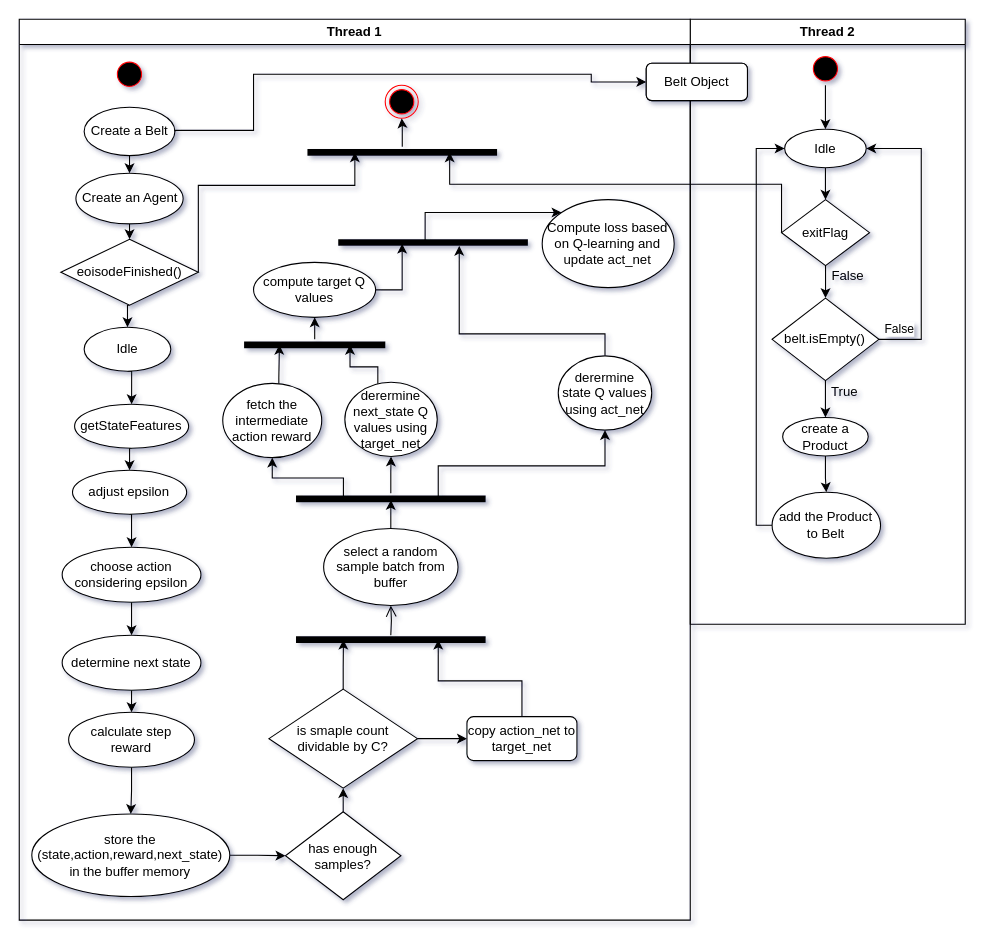
Earlier version of the draw.io diagram Untitled Diagram.drawio (Ardeshir-Shon/SmartSorter). Source tidied: cells renumbered, new cells numbered last; positions are measured from the earlier drawing's top-left corner, leaving out a move shared by most shapes. Both pictures are drawn from the tidied source at 110%, with x=0, y=0 at pixel (19, 19).
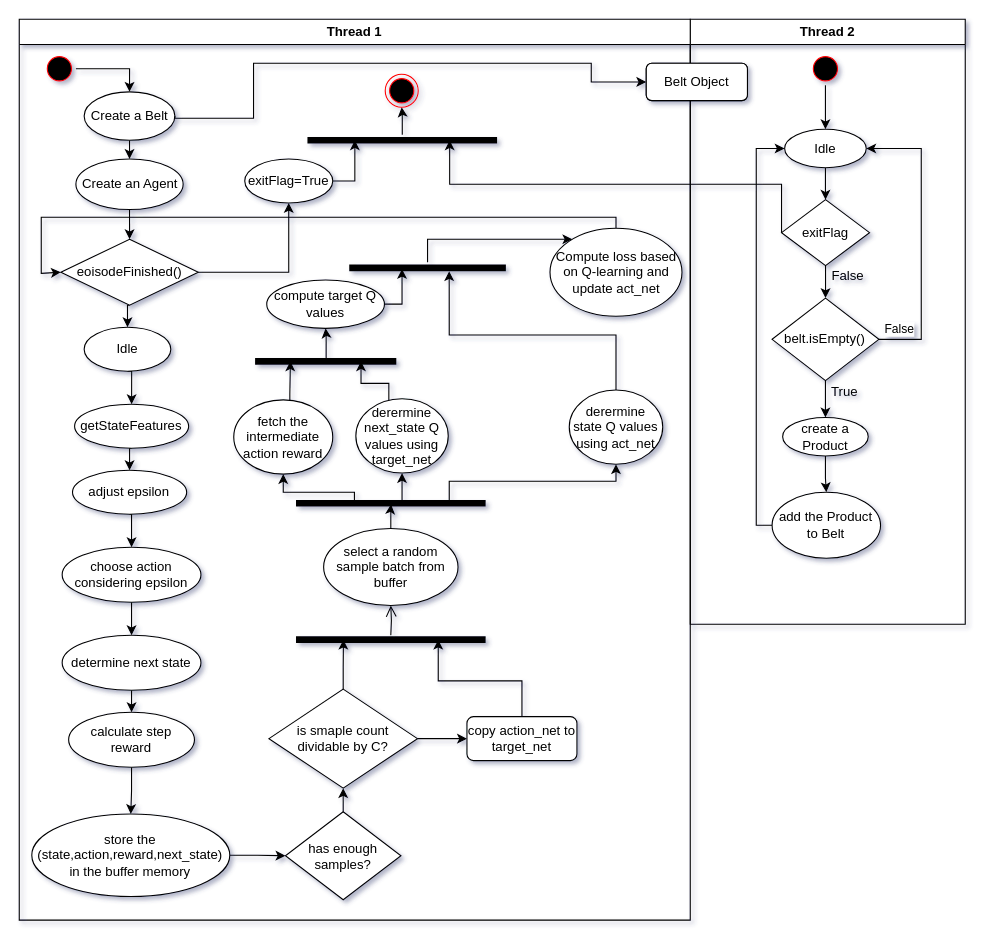
The same page after the edit.

Commit message:
Finished for real!!

The change refers to these unchanged cells:
```xml
<mxCell id="19" value="Belt Object" style="rounded=1;whiteSpace=wrap;html=1;" parent="2" vertex="1">
  <mxGeometry x="-40" y="40" width="92" height="34" as="geometry" />
</mxCell>
<mxCell id="20" value="Thread 1" style="swimlane;whiteSpace=wrap;" parent="1" vertex="1">
  <mxGeometry width="610" height="819" as="geometry" />
</mxCell>
<mxCell id="28" value="eoisodeFinished()" style="rhombus;whiteSpace=wrap;html=1;" parent="20" vertex="1">
  <mxGeometry x="37.8" y="200" width="125" height="60" as="geometry" />
</mxCell>
```

The edit, as a diff of the source:
```diff
@@
+    <mxCell id="78" style="edgeStyle=orthogonalEdgeStyle;rounded=0;jettySize=auto;html=1;strokeColor=#000000;" parent="20" edge="1" source="21" target="23">
+      <mxGeometry relative="1" as="geometry" />
+    </mxCell>
     <mxCell id="21" style="ellipse;shape=startState;fillColor=#000000;strokeColor=#ff0000;" parent="20" vertex="1">
-      <mxGeometry x="85.2" y="35" width="30" height="30" as="geometry" />
+      <mxGeometry x="21.5" y="30" width="30" height="30" as="geometry" />
     </mxCell>
@@
     <mxCell id="23" value="Create a Belt" style="ellipse;whiteSpace=wrap;html=1;" parent="20" vertex="1">
-      <mxGeometry x="59" y="80" width="82.5" height="44" as="geometry" />
+      <mxGeometry x="59" y="66" width="82.5" height="44" as="geometry" />
     </mxCell>
@@
     <mxCell id="25" value="Create an Agent" style="ellipse;whiteSpace=wrap;html=1;" parent="20" vertex="1">
-      <mxGeometry x="51.5" y="140" width="97.5" height="46" as="geometry" />
+      <mxGeometry x="51.5" y="127" width="97.5" height="46" as="geometry" />
     </mxCell>
-    <mxCell id="26" style="edgeStyle=orthogonalEdgeStyle;rounded=0;jettySize=auto;html=1;exitX=1;exitY=0.5;exitDx=0;exitDy=0;entryX=0.75;entryY=0.5;entryDx=0;entryDy=0;entryPerimeter=0;strokeColor=#000000;" parent="20" edge="1" source="28" target="65">
-      <mxGeometry relative="1" as="geometry">
-        <Array as="points">
-          <mxPoint x="163" y="151" />
-          <mxPoint x="305" y="151" />
-        </Array>
-      </mxGeometry>
-    </mxCell>
@@
+    <mxCell id="79" style="edgeStyle=orthogonalEdgeStyle;rounded=0;jettySize=auto;html=1;entryX=0.5;entryY=1;entryDx=0;entryDy=0;strokeColor=#000000;" parent="20" edge="1" source="28" target="82">
+      <mxGeometry relative="1" as="geometry" />
+    </mxCell>
@@
-    <mxCell id="55" style="edgeStyle=orthogonalEdgeStyle;rounded=0;jettySize=auto;html=1;exitX=0.25;exitY=0.5;exitDx=0;exitDy=0;exitPerimeter=0;entryX=0.5;entryY=1;entryDx=0;entryDy=0;strokeColor=#000000;" parent="20" edge="1" source="58" target="60">
+    <mxCell id="55" style="edgeStyle=orthogonalEdgeStyle;rounded=0;jettySize=auto;html=1;exitX=0.25;exitY=0.5;exitDx=0;exitDy=0;exitPerimeter=0;entryX=0.5;entryY=1;entryDx=0;entryDy=0;strokeColor=#000000;" parent="20" edge="1" target="60">
       <mxGeometry relative="1" as="geometry">
+        <mxPoint x="390.9" y="437" as="sourcePoint" />
         <Array as="points">
-          <mxPoint x="381" y="406" />
-          <mxPoint x="533" y="406" />
+          <mxPoint x="391" y="420" />
+          <mxPoint x="543" y="420" />
         </Array>
       </mxGeometry>
     </mxCell>
-    <mxCell id="56" style="edgeStyle=orthogonalEdgeStyle;rounded=0;jettySize=auto;html=1;exitX=0.75;exitY=0.5;exitDx=0;exitDy=0;exitPerimeter=0;entryX=0.5;entryY=1;entryDx=0;entryDy=0;strokeColor=#000000;" parent="20" edge="1" source="58" target="63">
+    <mxCell id="56" style="edgeStyle=orthogonalEdgeStyle;rounded=0;jettySize=auto;html=1;exitX=0.75;exitY=0.5;exitDx=0;exitDy=0;exitPerimeter=0;entryX=0.5;entryY=1;entryDx=0;entryDy=0;strokeColor=#000000;" parent="20" edge="1" target="63">
       <mxGeometry relative="1" as="geometry">
+        <mxPoint x="304.7" y="437" as="sourcePoint" />
         <Array as="points">
-          <mxPoint x="295" y="417" />
-          <mxPoint x="230" y="417" />
+          <mxPoint x="305" y="430" />
+          <mxPoint x="240" y="430" />
         </Array>
       </mxGeometry>
     </mxCell>
-    <mxCell id="57" style="edgeStyle=orthogonalEdgeStyle;rounded=0;jettySize=auto;html=1;entryX=0.5;entryY=1;entryDx=0;entryDy=0;strokeColor=#000000;" parent="20" edge="1" source="58" target="62">
+    <mxCell id="57" style="edgeStyle=orthogonalEdgeStyle;rounded=0;jettySize=auto;html=1;entryX=0.5;entryY=1;entryDx=0;entryDy=0;strokeColor=#000000;exitX=0.447;exitY=0.3;exitDx=0;exitDy=0;exitPerimeter=0;" parent="20" edge="1" source="58" target="62">
       <mxGeometry relative="1" as="geometry" />
     </mxCell>
     <mxCell id="58" style="shape=line;html=1;strokeWidth=6;strokeColor=#000000;rotation=-180;flipH=0;flipV=0;" parent="20" vertex="1">
-      <mxGeometry x="251.6" y="431" width="172.4" height="10" as="geometry" />
+      <mxGeometry x="251.6" y="435" width="172.4" height="10" as="geometry" />
     </mxCell>
     <mxCell id="59" style="edgeStyle=orthogonalEdgeStyle;rounded=0;jettySize=auto;html=1;entryX=0.362;entryY=0.2;entryDx=0;entryDy=0;entryPerimeter=0;strokeColor=#000000;" parent="20" edge="1" source="60" target="72">
       <mxGeometry relative="1" as="geometry">
         <Array as="points">
-          <mxPoint x="533" y="286" />
-          <mxPoint x="400" y="286" />
+          <mxPoint x="543" y="287" />
+          <mxPoint x="391" y="287" />
         </Array>
       </mxGeometry>
     </mxCell>
     <mxCell id="60" value="derermine state Q values using act_net" style="ellipse;whiteSpace=wrap;html=1;strokeColor=#000000;" parent="20" vertex="1">
-      <mxGeometry x="490" y="306" width="85" height="67.5" as="geometry" />
+      <mxGeometry x="500" y="337" width="85" height="67.5" as="geometry" />
     </mxCell>
     <mxCell id="61" style="edgeStyle=orthogonalEdgeStyle;rounded=0;jettySize=auto;html=1;entryX=0.25;entryY=0.5;entryDx=0;entryDy=0;entryPerimeter=0;strokeColor=#000000;" parent="20" edge="1" source="62" target="69">
       <mxGeometry relative="1" as="geometry">
         <Array as="points">
-          <mxPoint x="326" y="316" />
-          <mxPoint x="301" y="316" />
+          <mxPoint x="336" y="331" />
+          <mxPoint x="311" y="331" />
         </Array>
       </mxGeometry>
     </mxCell>
     <mxCell id="62" value="&lt;span&gt;derermine next_state Q values using target_net&lt;/span&gt;" style="ellipse;whiteSpace=wrap;html=1;strokeColor=#000000;" parent="20" vertex="1">
-      <mxGeometry x="296" y="330" width="84" height="67.5" as="geometry" />
+      <mxGeometry x="306" y="345" width="84" height="67.5" as="geometry" />
     </mxCell>
     <mxCell id="63" value="fetch the intermediate action reward" style="ellipse;whiteSpace=wrap;html=1;strokeColor=#000000;" parent="20" vertex="1">
-      <mxGeometry x="185" y="331" width="90" height="67.5" as="geometry" />
+      <mxGeometry x="195" y="346" width="90" height="67.5" as="geometry" />
     </mxCell>
@@
     <mxCell id="65" style="shape=line;html=1;strokeWidth=6;strokeColor=#000000;rotation=-180;flipH=0;flipV=0;" parent="20" vertex="1">
-      <mxGeometry x="262" y="116" width="172.4" height="10" as="geometry" />
+      <mxGeometry x="262" y="105" width="172.4" height="10" as="geometry" />
     </mxCell>
@@
     <mxCell id="67" value="compute target Q values" style="ellipse;whiteSpace=wrap;html=1;strokeColor=#000000;" parent="20" vertex="1">
-      <mxGeometry x="213" y="221" width="111" height="50" as="geometry" />
+      <mxGeometry x="225" y="237" width="107" height="44" as="geometry" />
     </mxCell>
-    <mxCell id="68" style="edgeStyle=orthogonalEdgeStyle;rounded=0;jettySize=auto;html=1;strokeColor=#000000;" parent="20" edge="1" source="69" target="67">
+    <mxCell id="68" style="edgeStyle=orthogonalEdgeStyle;rounded=0;jettySize=auto;html=1;strokeColor=#000000;exitX=0.497;exitY=0.7;exitDx=0;exitDy=0;exitPerimeter=0;" parent="20" edge="1" source="69" target="67">
       <mxGeometry relative="1" as="geometry" />
     </mxCell>
     <mxCell id="69" style="shape=line;html=1;strokeWidth=6;strokeColor=#000000;rotation=-180;flipH=0;flipV=0;" parent="20" vertex="1">
-      <mxGeometry x="204.4" y="291" width="128.4" height="10" as="geometry" />
+      <mxGeometry x="214.4" y="306" width="128.4" height="10" as="geometry" />
     </mxCell>
     <mxCell id="70" style="edgeStyle=orthogonalEdgeStyle;rounded=0;jettySize=auto;html=1;entryX=0.75;entryY=0.5;entryDx=0;entryDy=0;entryPerimeter=0;strokeColor=#000000;" parent="20" edge="1" source="63" target="69">
       <mxGeometry relative="1" as="geometry">
         <Array as="points">
-          <mxPoint x="236" y="326" />
-          <mxPoint x="236" y="326" />
+          <mxPoint x="246" y="341" />
+          <mxPoint x="246" y="341" />
         </Array>
       </mxGeometry>
     </mxCell>
-    <mxCell id="71" style="edgeStyle=orthogonalEdgeStyle;rounded=0;jettySize=auto;html=1;entryX=0;entryY=0;entryDx=0;entryDy=0;strokeColor=#000000;exitX=0.542;exitY=0.4;exitDx=0;exitDy=0;exitPerimeter=0;" parent="20" edge="1" source="72" target="73">
+    <mxCell id="71" style="edgeStyle=orthogonalEdgeStyle;rounded=0;jettySize=auto;html=1;strokeColor=#000000;" parent="20" edge="1" source="72" target="73">
       <mxGeometry relative="1" as="geometry">
         <Array as="points">
-          <mxPoint x="369" y="176" />
+          <mxPoint x="371" y="200" />
         </Array>
       </mxGeometry>
     </mxCell>
     <mxCell id="72" style="shape=line;html=1;strokeWidth=6;strokeColor=#000000;rotation=-180;flipH=0;flipV=0;" parent="20" vertex="1">
-      <mxGeometry x="290" y="198" width="172.4" height="10" as="geometry" />
+      <mxGeometry x="300" y="221" width="142.4" height="10" as="geometry" />
     </mxCell>
+    <mxCell id="80" style="edgeStyle=orthogonalEdgeStyle;rounded=0;jettySize=auto;html=1;entryX=0;entryY=0.5;entryDx=0;entryDy=0;strokeColor=#000000;" parent="20" edge="1" source="73" target="28">
+      <mxGeometry relative="1" as="geometry">
+        <Array as="points">
+          <mxPoint x="543" y="180" />
+          <mxPoint x="20" y="180" />
+          <mxPoint x="20" y="231" />
+        </Array>
+      </mxGeometry>
+    </mxCell>
     <mxCell id="73" value="Compute loss based on Q-learning and update act_net" style="ellipse;whiteSpace=wrap;html=1;" parent="20" vertex="1">
-      <mxGeometry x="475.4" y="164" width="120" height="80" as="geometry" />
+      <mxGeometry x="482.5" y="190" width="120" height="80" as="geometry" />
     </mxCell>
     <mxCell id="74" style="ellipse;html=1;shape=endState;fillColor=#000000;strokeColor=#ff0000;" parent="20" vertex="1">
-      <mxGeometry x="332.7" y="60" width="30" height="30" as="geometry" />
+      <mxGeometry x="332.7" y="50" width="30" height="30" as="geometry" />
     </mxCell>
+    <mxCell id="81" style="edgeStyle=orthogonalEdgeStyle;rounded=0;jettySize=auto;html=1;entryX=0.75;entryY=0.5;entryDx=0;entryDy=0;entryPerimeter=0;strokeColor=#000000;" parent="20" edge="1" source="82" target="65">
+      <mxGeometry relative="1" as="geometry">
+        <Array as="points">
+          <mxPoint x="305" y="147" />
+        </Array>
+      </mxGeometry>
+    </mxCell>
+    <mxCell id="82" value="exitFlag=True" style="ellipse;whiteSpace=wrap;html=1;strokeColor=#000000;" parent="20" vertex="1">
+      <mxGeometry x="205" y="127" width="80" height="40" as="geometry" />
+    </mxCell>
     <mxCell id="75" style="edgeStyle=orthogonalEdgeStyle;rounded=0;jettySize=auto;html=1;entryX=0;entryY=0.5;entryDx=0;entryDy=0;exitX=1;exitY=0.5;exitDx=0;exitDy=0;" parent="1" edge="1" source="23" target="19">
       <mxGeometry relative="1" as="geometry">
         <Array as="points">
-          <mxPoint x="142" y="101" />
-          <mxPoint x="213" y="101" />
-          <mxPoint x="213" y="50" />
-          <mxPoint x="520" y="50" />
+          <mxPoint x="142" y="90" />
+          <mxPoint x="213" y="90" />
+          <mxPoint x="213" y="40" />
+          <mxPoint x="520" y="40" />
           <mxPoint x="520" y="57" />
         </Array>
       </mxGeometry>
     </mxCell>
```
